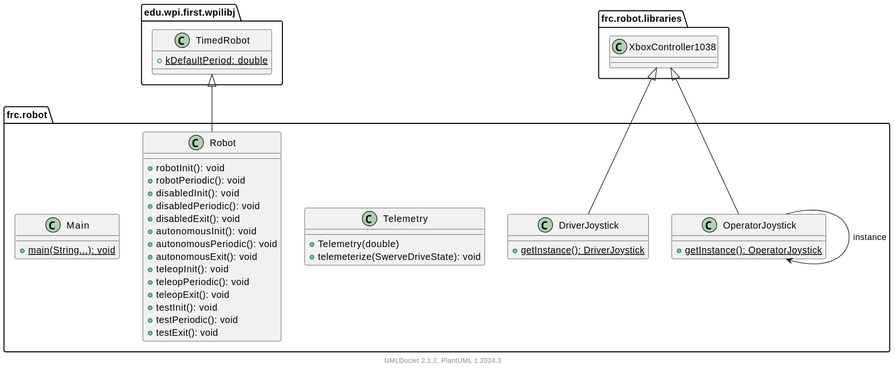
This is docs/uml/frc/robot/package.svg from LakotaRobotics1038/2026RobotProject, a PlantUML export, as it was before one commit. Source of this version:
```plantuml
@startuml
    set separator ::

    package frc.robot {

        class Main [[Main.html]] {
            {static} +main(String...): void
        }

        class Robot [[Robot.html]] {
            +robotInit(): void
            +robotPeriodic(): void
            +disabledInit(): void
            +disabledPeriodic(): void
            +disabledExit(): void
            +autonomousInit(): void
            +autonomousPeriodic(): void
            +autonomousExit(): void
            +teleopInit(): void
            +teleopPeriodic(): void
            +teleopExit(): void
            +testInit(): void
            +testPeriodic(): void
            +testExit(): void
        }

        class Telemetry [[Telemetry.html]] {
            +Telemetry(double)
            +telemeterize(SwerveDriveState): void
        }

        class DriverJoystick [[DriverJoystick.html]] {
            {static} +getInstance(): DriverJoystick
        }

        class OperatorJoystick [[OperatorJoystick.html]] {
            {static} +getInstance(): OperatorJoystick
        }

    }

    package edu.wpi.first.wpilibj {
        class TimedRobot {
            {static} +kDefaultPeriod: double
        }
    }

    edu.wpi.first.wpilibj::TimedRobot <|-- frc.robot::Robot
    frc.robot.libraries::XboxController1038 <|-- frc.robot::DriverJoystick
    frc.robot.libraries::XboxController1038 <|-- frc.robot::OperatorJoystick
    frc.robot::OperatorJoystick --> frc.robot::OperatorJoystick: instance
    center footer UMLDoclet 2.1.2, PlantUML %version()
@enduml
```
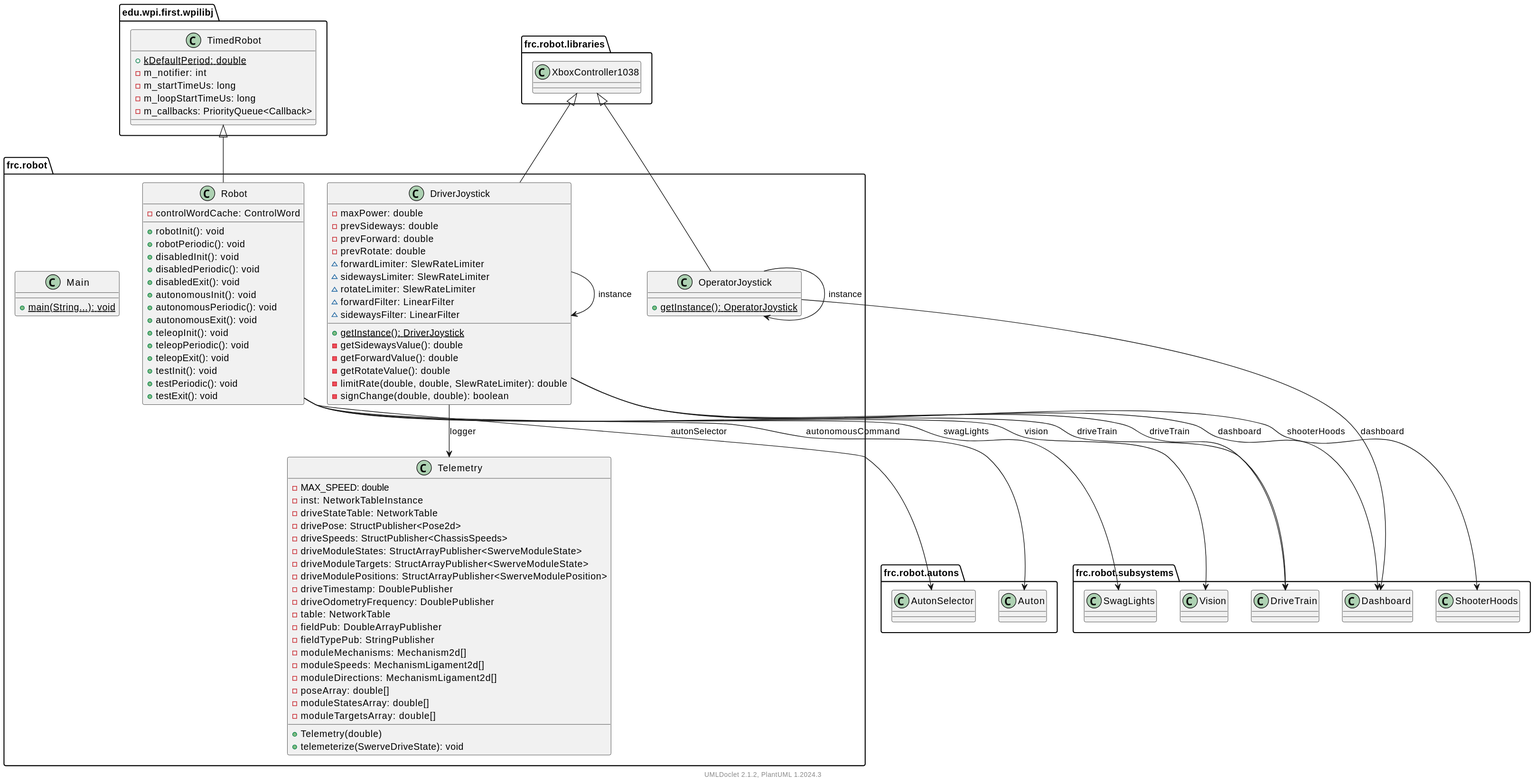
The same file after the commit.

What changed in the source:
```diff
@@ -8,6 +8,7 @@
         }
 
         class Robot [[Robot.html]] {
+            -controlWordCache: ControlWord
             +robotInit(): void
             +robotPeriodic(): void
             +disabledInit(): void
@@ -25,12 +26,45 @@
         }
 
         class Telemetry [[Telemetry.html]] {
+            -MAX_SPEED: double
+            -inst: NetworkTableInstance
+            -driveStateTable: NetworkTable
+            -drivePose: StructPublisher<Pose2d>
+            -driveSpeeds: StructPublisher<ChassisSpeeds>
+            -driveModuleStates: StructArrayPublisher<SwerveModuleState>
+            -driveModuleTargets: StructArrayPublisher<SwerveModuleState>
+            -driveModulePositions: StructArrayPublisher<SwerveModulePosition>
+            -driveTimestamp: DoublePublisher
+            -driveOdometryFrequency: DoublePublisher
+            -table: NetworkTable
+            -fieldPub: DoubleArrayPublisher
+            -fieldTypePub: StringPublisher
+            -moduleMechanisms: Mechanism2d[]
+            -moduleSpeeds: MechanismLigament2d[]
+            -moduleDirections: MechanismLigament2d[]
+            -poseArray: double[]
+            -moduleStatesArray: double[]
+            -moduleTargetsArray: double[]
             +Telemetry(double)
             +telemeterize(SwerveDriveState): void
         }
 
         class DriverJoystick [[DriverJoystick.html]] {
+            -maxPower: double
+            -prevSideways: double
+            -prevForward: double
+            -prevRotate: double
+            ~forwardLimiter: SlewRateLimiter
+            ~sidewaysLimiter: SlewRateLimiter
+            ~rotateLimiter: SlewRateLimiter
+            ~forwardFilter: LinearFilter
+            ~sidewaysFilter: LinearFilter
             {static} +getInstance(): DriverJoystick
+            -getSidewaysValue(): double
+            -getForwardValue(): double
+            -getRotateValue(): double
+            -limitRate(double, double, SlewRateLimiter): double
+            -signChange(double, double): boolean
         }
 
         class OperatorJoystick [[OperatorJoystick.html]] {
@@ -42,12 +76,27 @@
     package edu.wpi.first.wpilibj {
         class TimedRobot {
             {static} +kDefaultPeriod: double
+            -m_notifier: int
+            -m_startTimeUs: long
+            -m_loopStartTimeUs: long
+            -m_callbacks: PriorityQueue<Callback>
         }
     }
 
     edu.wpi.first.wpilibj::TimedRobot <|-- frc.robot::Robot
+    frc.robot::Robot --> frc.robot.autons::AutonSelector: autonSelector
+    frc.robot::Robot --> frc.robot.subsystems::SwagLights: swagLights
+    frc.robot::Robot --> frc.robot.autons::Auton: autonomousCommand
+    frc.robot::Robot --> frc.robot.subsystems::DriveTrain: driveTrain
+    frc.robot::Robot --> frc.robot.subsystems::Vision: vision
     frc.robot.libraries::XboxController1038 <|-- frc.robot::DriverJoystick
+    frc.robot::DriverJoystick --> frc.robot.subsystems::DriveTrain: driveTrain
+    frc.robot::DriverJoystick --> frc.robot.subsystems::Dashboard: dashboard
+    frc.robot::DriverJoystick --> frc.robot.subsystems::ShooterHoods: shooterHoods
+    frc.robot::DriverJoystick --> frc.robot::Telemetry: logger
+    frc.robot::DriverJoystick --> frc.robot::DriverJoystick: instance
     frc.robot.libraries::XboxController1038 <|-- frc.robot::OperatorJoystick
     frc.robot::OperatorJoystick --> frc.robot::OperatorJoystick: instance
+    frc.robot::OperatorJoystick --> frc.robot.subsystems::Dashboard: dashboard
     center footer UMLDoclet 2.1.2, PlantUML %version()
 @enduml
```
